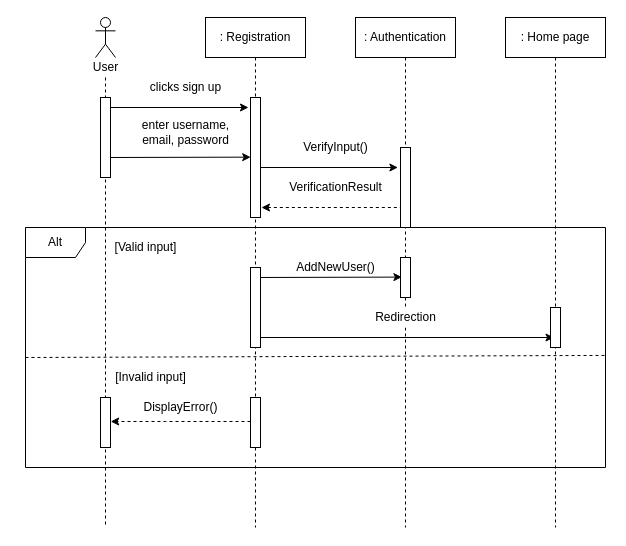
Above: register.drawio in FaizAnuar/ashisu (draw.io), before the change. Source tidied: cells renumbered, new cells numbered last; positions are measured from the earlier drawing's top-left corner, leaving out a move shared by most shapes. Both pictures are drawn from the tidied source at 100%, with x=0, y=0 at pixel (25, 17).
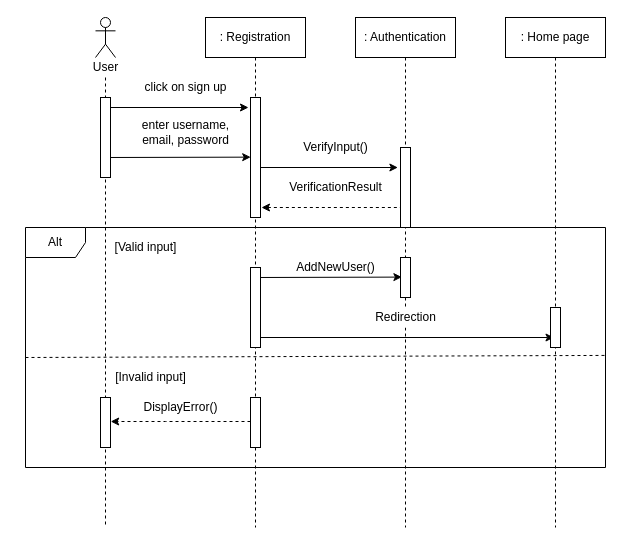
Above is the later version.

Change to the diagram source:
```diff
@@
-    <mxCell id="14" value="clicks sign up" style="text;html=1;align=center;verticalAlign=middle;strokeColor=none;" parent="1" vertex="1">
-      <mxGeometry x="115" y="60" width="90" height="20" as="geometry" />
+    <mxCell id="14" value="click on sign up" style="text;html=1;align=center;verticalAlign=middle;strokeColor=none;" parent="1" vertex="1">
+      <mxGeometry x="110" y="60" width="100" height="20" as="geometry" />
     </mxCell>
```
